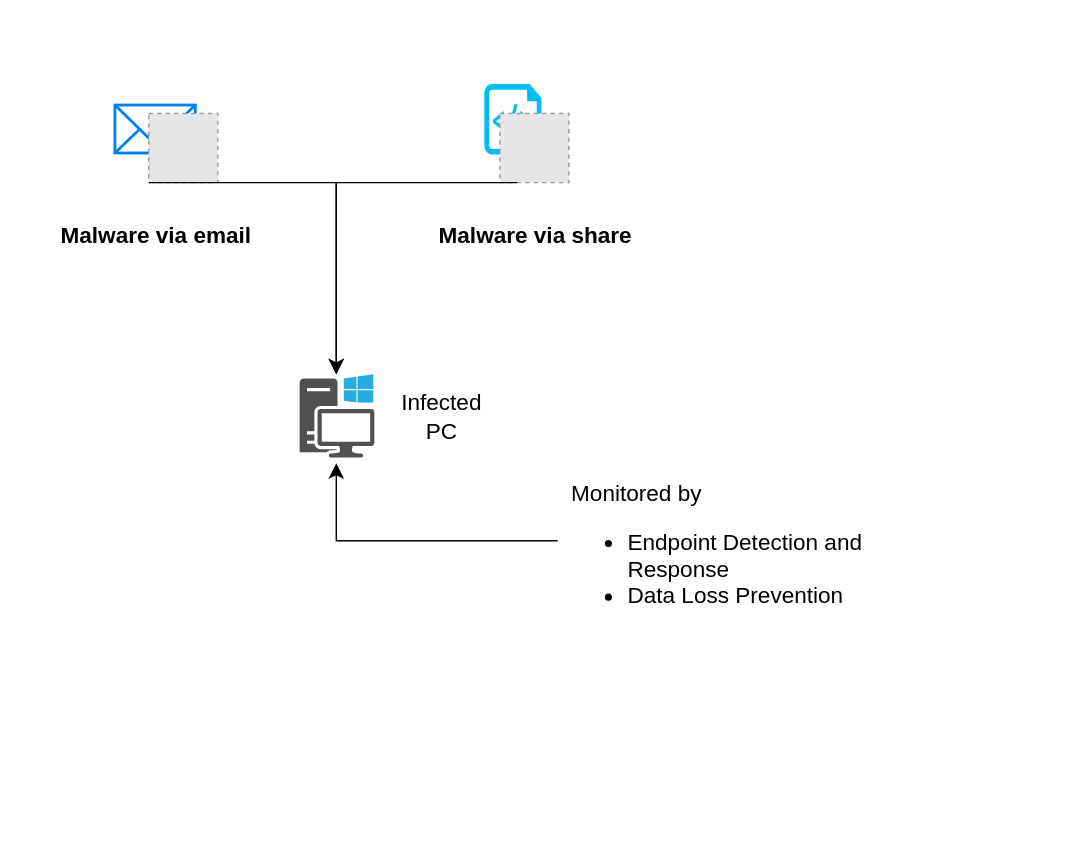
The draw.io diagram Malicious Code Drill Scenario v1.drawio in tompilooo/Scenario-Drill-Test, before the edit. Source tidied: cells renumbered, new cells numbered last; positions are measured from the earlier drawing's top-left corner, leaving out a move shared by most shapes. Both pictures are drawn from the tidied source at 141%, with x=0, y=0 at pixel (83, 83). Pictures stored in the file or linked from it are replaced by grey dashed boxes.
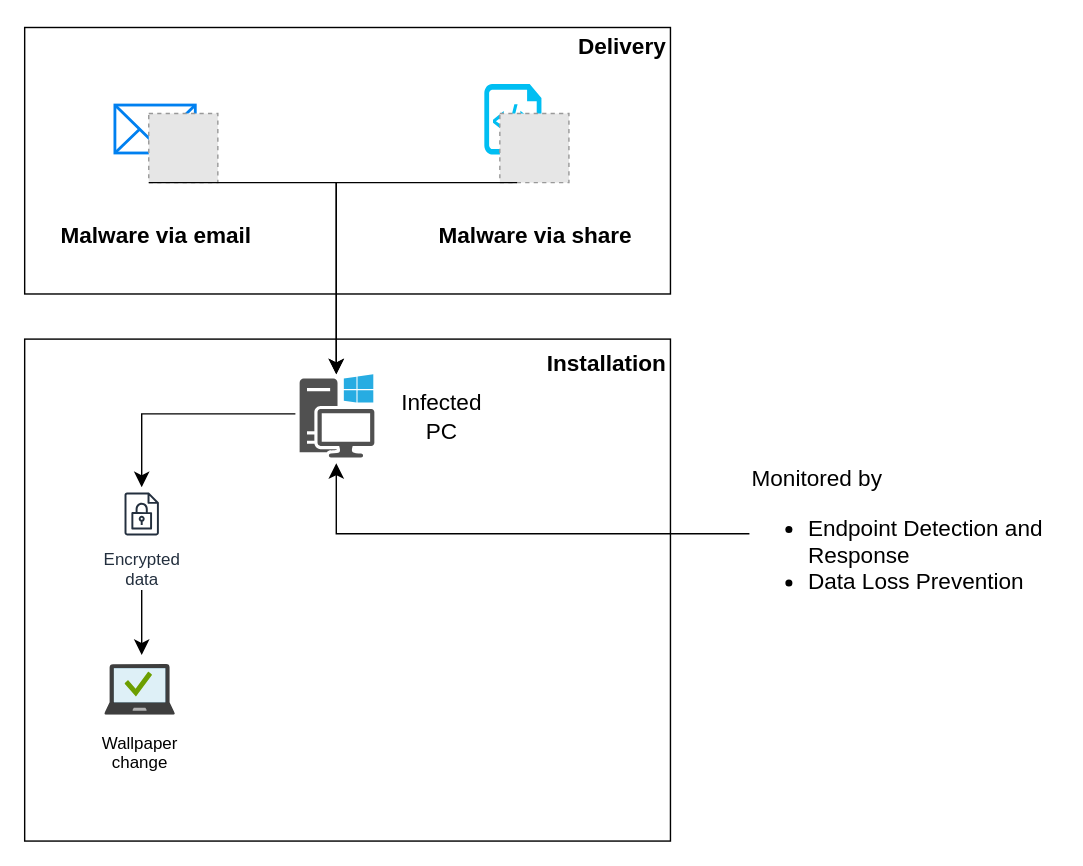
The same page after the edit.

Diff of the diagram source:
```diff
@@
+    <mxCell id="14" style="rounded=0;whiteSpace=wrap;html=1;fontSize=16;" parent="1" vertex="1">
+      <mxGeometry x="-42" y="181" width="458" height="356" as="geometry" />
+    </mxCell>
+    <mxCell id="15" style="rounded=0;whiteSpace=wrap;html=1;fontSize=16;" parent="1" vertex="1">
+      <mxGeometry x="-42" y="-40" width="458" height="189" as="geometry" />
+    </mxCell>
@@
-    <mxCell id="12" style="edgeStyle=segmentEdgeStyle;endArrow=classic;html=1;curved=0;rounded=0;endSize=8;startSize=8;fontSize=12;" parent="1" edge="1">
+    <mxCell id="12" style="edgeStyle=segmentEdgeStyle;endArrow=classic;html=1;curved=0;rounded=0;endSize=8;startSize=8;fontSize=12;exitX=0;exitY=0.5;exitDx=0;exitDy=0;" parent="1" edge="1" source="13">
       <mxGeometry relative="1" as="geometry">
-        <mxPoint x="336" y="324" as="sourcePoint" />
         <mxPoint x="179" y="269" as="targetPoint" />
       </mxGeometry>
     </mxCell>
     <mxCell id="13" value="&lt;div&gt;Monitored by&lt;/div&gt;&lt;ul&gt;&lt;li&gt;Endpoint Detection and Response&lt;/li&gt;&lt;li&gt;Data Loss Prevention&lt;/li&gt;&lt;/ul&gt;" style="text;strokeColor=none;fillColor=none;html=1;whiteSpace=wrap;verticalAlign=middle;overflow=hidden;fontSize=16;" parent="1" vertex="1">
-      <mxGeometry x="344" y="278" width="219" height="102" as="geometry" />
+      <mxGeometry x="472" y="268" width="219" height="102" as="geometry" />
     </mxCell>
+    <mxCell id="16" value="Installation" style="text;html=1;strokeColor=none;fillColor=none;align=center;verticalAlign=middle;whiteSpace=wrap;rounded=0;fontSize=16;fontStyle=1;" parent="1" vertex="1">
+      <mxGeometry x="341" y="183" width="60" height="30" as="geometry" />
+    </mxCell>
+    <mxCell id="17" value="Delivery" style="text;html=1;strokeColor=none;fillColor=none;align=center;verticalAlign=middle;whiteSpace=wrap;rounded=0;fontSize=16;fontStyle=1;" parent="1" vertex="1">
+      <mxGeometry x="352" y="-42" width="60" height="30" as="geometry" />
+    </mxCell>
+    <mxCell id="18" style="edgeStyle=segmentEdgeStyle;endArrow=classic;html=1;curved=0;rounded=0;endSize=8;startSize=8;fontSize=12;" parent="1" edge="1" target="19">
+      <mxGeometry relative="1" as="geometry">
+        <mxPoint x="150" y="234" as="sourcePoint" />
+      </mxGeometry>
+    </mxCell>
+    <mxCell id="19" value="Encrypted&#10;data" style="sketch=0;outlineConnect=0;fontColor=#232F3E;gradientColor=none;strokeColor=#232F3E;fillColor=#ffffff;dashed=0;verticalLabelPosition=bottom;verticalAlign=top;align=center;html=1;fontSize=12;fontStyle=0;shape=mxgraph.aws4.resourceIcon;resIcon=mxgraph.aws4.encrypted_data;" parent="1" vertex="1">
+      <mxGeometry x="22" y="286" width="38" height="38" as="geometry" />
+    </mxCell>
+    <mxCell id="20" style="image;sketch=0;html=1;align=center;fontSize=12;image=img/lib/mscae/Managed_Desktop.svg;" parent="1" vertex="1">
+      <mxGeometry x="15" y="412" width="50" height="36" as="geometry" />
+    </mxCell>
+    <mxCell id="21" style="endArrow=classic;html=1;rounded=0;fontSize=12;startSize=8;endSize=8;curved=1;" parent="1" edge="1">
+      <mxGeometry relative="1" as="geometry">
+        <mxPoint x="41" y="359" as="sourcePoint" />
+        <mxPoint x="41" y="405" as="targetPoint" />
+      </mxGeometry>
+    </mxCell>
+    <mxCell id="22" value="Wallpaper change" style="text;strokeColor=none;fillColor=none;align=center;verticalAlign=middle;spacingLeft=4;spacingRight=4;overflow=hidden;whiteSpace=wrap;html=1;" parent="1" vertex="1">
+      <mxGeometry y="458" width="80" height="32" as="geometry" />
+    </mxCell>
```
